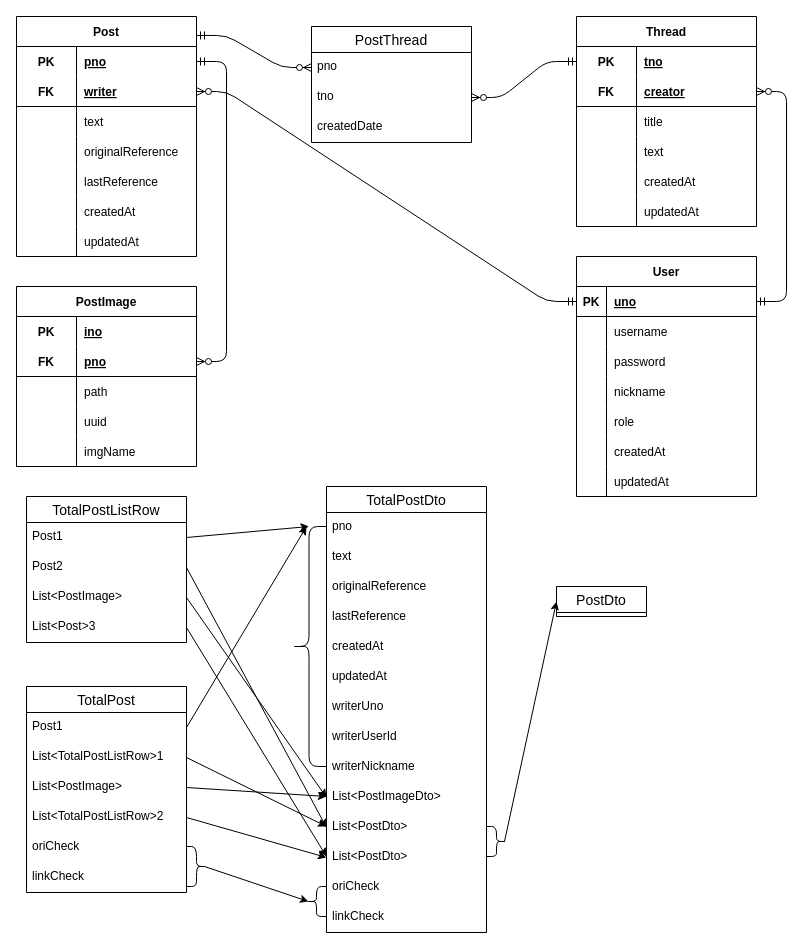
Before: drawio/post_thread.drawio in dudgus1286/boardproject, a draw.io diagram. Source tidied: cells renumbered, new cells numbered last; positions are measured from the earlier drawing's top-left corner, leaving out a move shared by most shapes. Both pictures are drawn from the tidied source at 100%, with x=0, y=0 at pixel (16, 16).
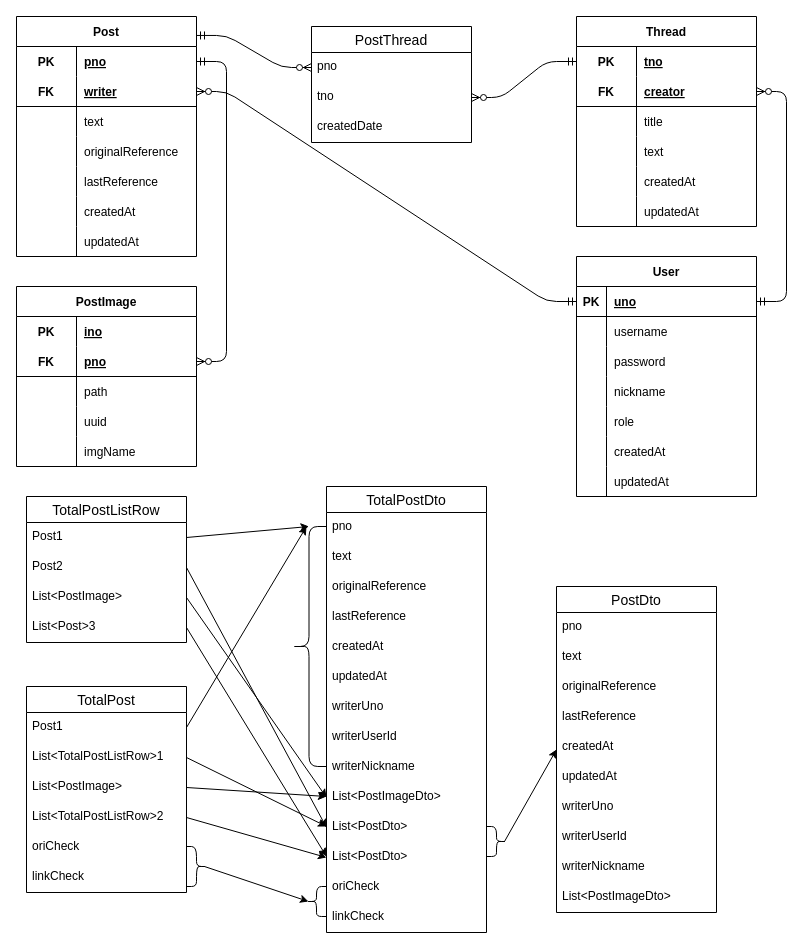
After the change.

The edit, as a diff of the source:
```diff
@@
-    <mxCell id="117" value="PostDto" style="swimlane;fontStyle=0;horizontal=1;startSize=26;align=center;fontSize=14;" parent="1" vertex="1" collapsed="1">
-      <mxGeometry x="540" y="570" width="90" height="30" as="geometry" />
+    <mxCell id="117" value="PostDto" style="swimlane;fontStyle=0;horizontal=1;startSize=26;align=center;fontSize=14;" parent="1" vertex="1">
+      <mxGeometry x="540" y="570" width="160" height="326" as="geometry" />
     </mxCell>
+    <mxCell id="132" value="pno" style="text;strokeColor=none;fillColor=none;spacingLeft=4;spacingRight=4;overflow=hidden;fontSize=12;" parent="117" vertex="1">
+      <mxGeometry y="26" width="160" height="30" as="geometry" />
+    </mxCell>
+    <mxCell id="133" value="text" style="text;strokeColor=none;fillColor=none;spacingLeft=4;spacingRight=4;overflow=hidden;fontSize=12;" parent="117" vertex="1">
+      <mxGeometry y="56" width="160" height="30" as="geometry" />
+    </mxCell>
+    <mxCell id="134" value="originalReference" style="text;strokeColor=none;fillColor=none;spacingLeft=4;spacingRight=4;overflow=hidden;fontSize=12;" parent="117" vertex="1">
+      <mxGeometry y="86" width="160" height="30" as="geometry" />
+    </mxCell>
+    <mxCell id="135" value="lastReference" style="text;strokeColor=none;fillColor=none;spacingLeft=4;spacingRight=4;overflow=hidden;fontSize=12;" parent="117" vertex="1">
+      <mxGeometry y="116" width="160" height="30" as="geometry" />
+    </mxCell>
+    <mxCell id="136" value="createdAt" style="text;strokeColor=none;fillColor=none;spacingLeft=4;spacingRight=4;overflow=hidden;fontSize=12;" parent="117" vertex="1">
+      <mxGeometry y="146" width="160" height="30" as="geometry" />
+    </mxCell>
+    <mxCell id="137" value="updatedAt" style="text;strokeColor=none;fillColor=none;spacingLeft=4;spacingRight=4;overflow=hidden;fontSize=12;" parent="117" vertex="1">
+      <mxGeometry y="176" width="160" height="30" as="geometry" />
+    </mxCell>
+    <mxCell id="138" value="writerUno" style="text;strokeColor=none;fillColor=none;spacingLeft=4;spacingRight=4;overflow=hidden;fontSize=12;" parent="117" vertex="1">
+      <mxGeometry y="206" width="160" height="30" as="geometry" />
+    </mxCell>
+    <mxCell id="139" value="writerUserId" style="text;strokeColor=none;fillColor=none;spacingLeft=4;spacingRight=4;overflow=hidden;fontSize=12;" parent="117" vertex="1">
+      <mxGeometry y="236" width="160" height="30" as="geometry" />
+    </mxCell>
+    <mxCell id="140" value="writerNickname" style="text;strokeColor=none;fillColor=none;spacingLeft=4;spacingRight=4;overflow=hidden;fontSize=12;" parent="117" vertex="1">
+      <mxGeometry y="266" width="160" height="30" as="geometry" />
+    </mxCell>
+    <mxCell id="141" value="List&lt;PostImageDto&gt;" style="text;strokeColor=none;fillColor=none;spacingLeft=4;spacingRight=4;overflow=hidden;fontSize=12;" parent="117" vertex="1">
+      <mxGeometry y="296" width="160" height="30" as="geometry" />
+    </mxCell>
```
